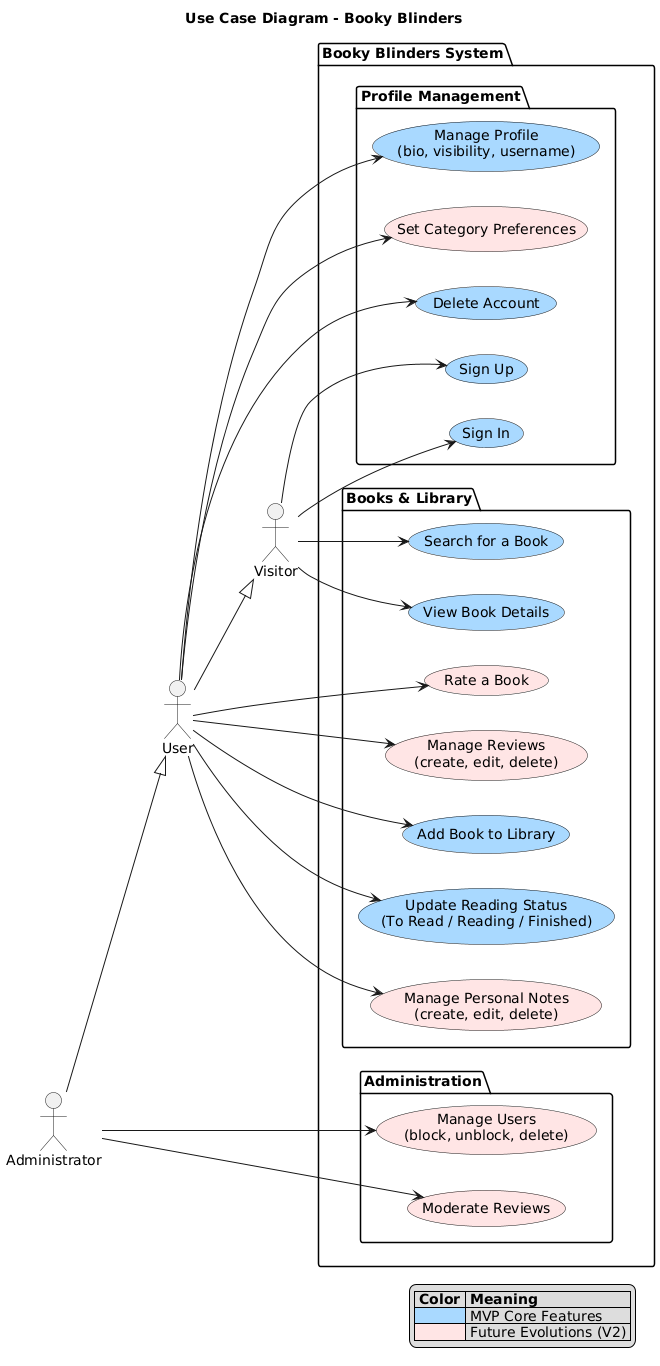
The PlantUML diagram conception/UseCase.png in Mohinsch/BookyBlinders, before a commit.
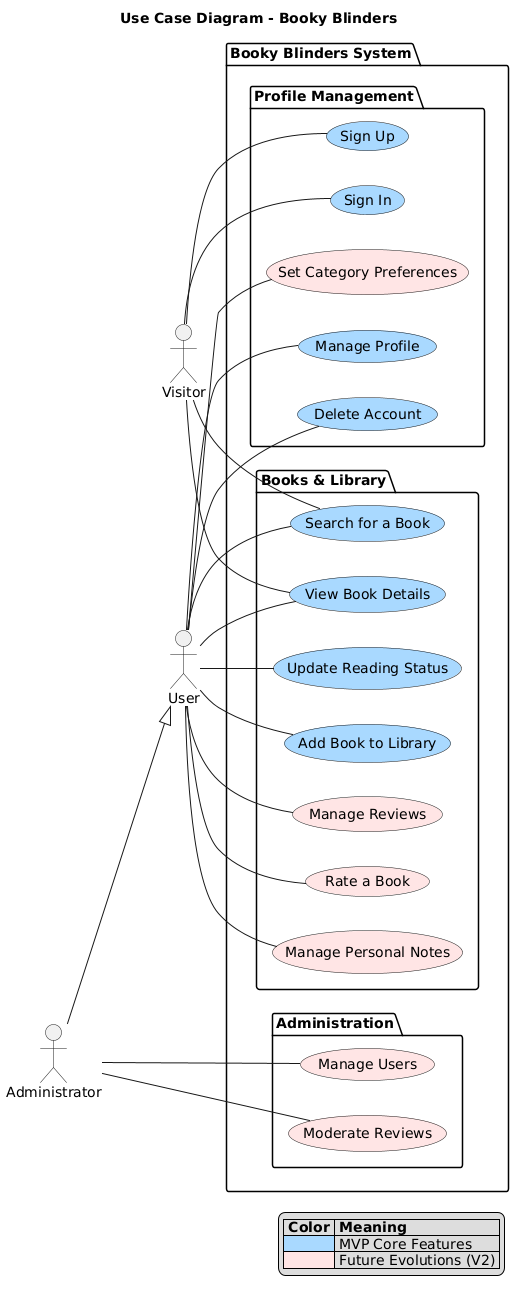
Later version of the same file.

Commit message:
fix: change usecase diagram with correct uml language

Change to the diagram source:
```diff
@@ -12,7 +12,7 @@
     package "Profile Management" {
         usecase UC1 as "Sign Up" #A8D8FF
         usecase UC2 as "Sign In" #A8D8FF
-        usecase UC3 as "Manage Profile\n(bio, visibility, username)" #A8D8FF
+        usecase UC3 as "Manage Profile" #A8D8FF
         usecase UC4 as "Set Category Preferences" #FFE5E5
         usecase UC5 as "Delete Account" #A8D8FF
     }
@@ -21,36 +21,37 @@
         usecase UC6 as "Search for a Book" #A8D8FF
         usecase UC7 as "View Book Details" #A8D8FF
         usecase UC8 as "Add Book to Library" #A8D8FF
-        usecase UC9 as "Update Reading Status\n(To Read / Reading / Finished)" #A8D8FF
-        usecase UC10 as "Manage Personal Notes\n(create, edit, delete)" #FFE5E5
+        usecase UC9 as "Update Reading Status" #A8D8FF
+        usecase UC10 as "Manage Personal Notes" #FFE5E5
         usecase UC11 as "Rate a Book" #FFE5E5
-        usecase UC12 as "Manage Reviews\n(create, edit, delete)" #FFE5E5
+        usecase UC12 as "Manage Reviews" #FFE5E5
     }
 
     package "Administration" {
-        usecase UC13 as "Manage Users\n(block, unblock, delete)" #FFE5E5
+        usecase UC13 as "Manage Users" #FFE5E5
         usecase UC14 as "Moderate Reviews" #FFE5E5
     }
 }
 
-V --> UC1
-V --> UC2
-V --> UC6
-V --> UC7
+V -- UC1
+V -- UC2
+V -- UC6
+V -- UC7
 
-U --|> V
-U --> UC3
-U --> UC4
-U --> UC5
-U --> UC8
-U --> UC9
-U --> UC10
-U --> UC11
-U --> UC12
+U -- UC6
+U -- UC7
+U -- UC3
+U -- UC4
+U -- UC5
+U -- UC8
+U -- UC9
+U -- UC10
+U -- UC11
+U -- UC12
 
 A --|> U
-A --> UC13
-A --> UC14
+A -- UC13
+A -- UC14
 
 legend right
   |= Color |= Meaning |
```
